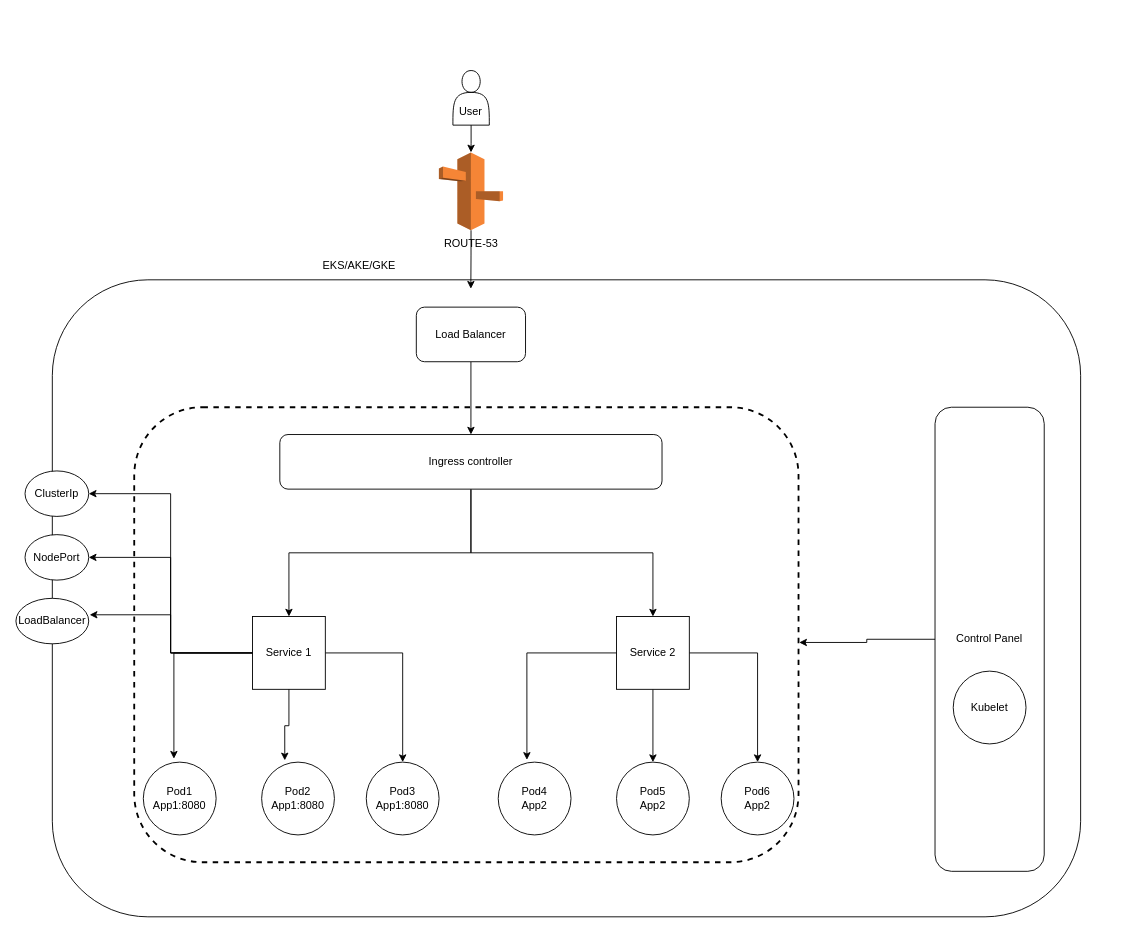
The draw.io diagram Kubernetes-Architecture.drawio in namanchopra21087/design-documents, before the edit. Source tidied: cells renumbered, new cells numbered last; positions are measured from the earlier drawing's top-left corner, leaving out a move shared by most shapes. Both pictures are drawn from the tidied source at 91%, with x=0, y=0 at pixel (15, 70).
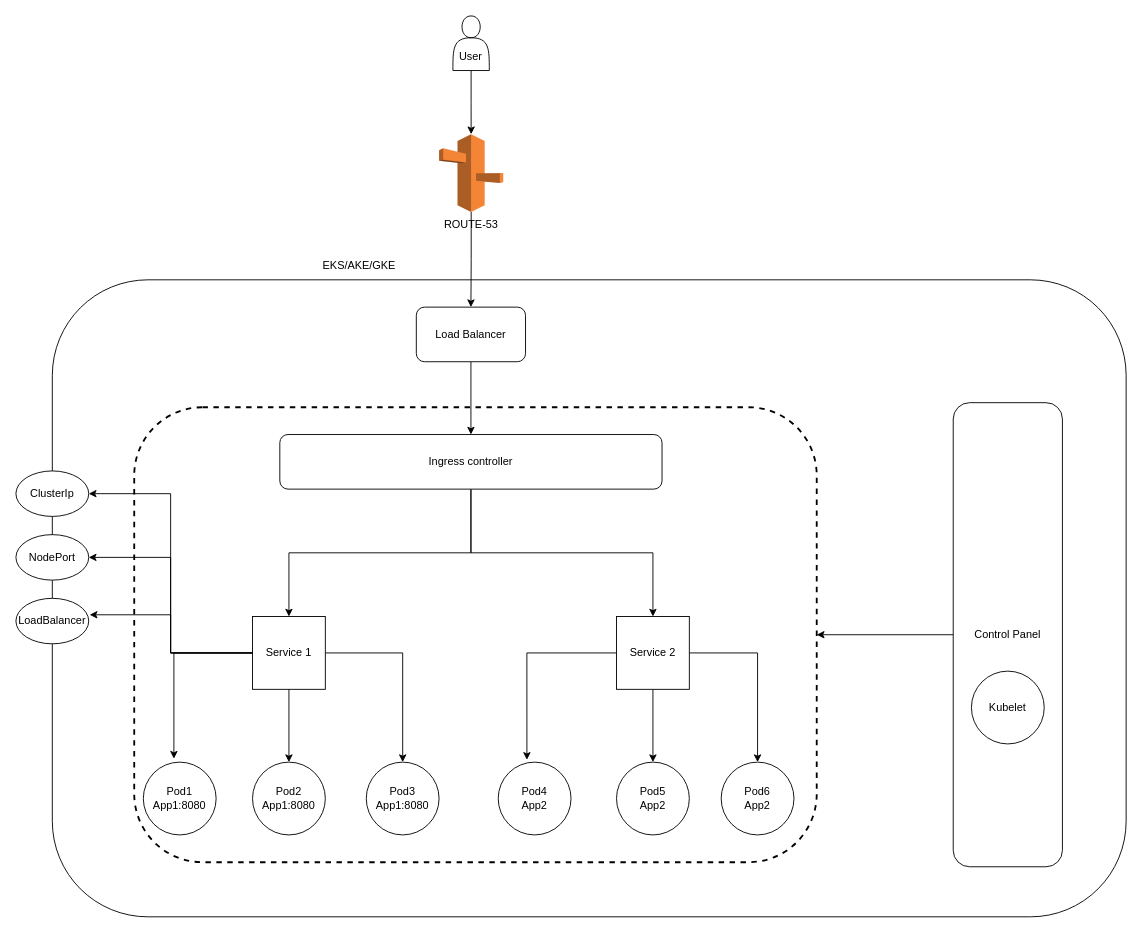
Above is the later version.

Unchanged cells that the change refers to:
```xml
<mxCell id="14" value="Service 1" style="whiteSpace=wrap;html=1;" parent="1" vertex="1">
  <mxGeometry x="260" y="600" width="80" height="80" as="geometry" />
</mxCell>
<mxCell id="29" value="Load Balancer" style="whiteSpace=wrap;html=1;rounded=1;" parent="1" vertex="1">
  <mxGeometry x="440" y="260" width="120" height="60" as="geometry" />
</mxCell>
```

Change to the diagram source:
```diff
@@
     <mxCell id="2" style="rounded=1;whiteSpace=wrap;html=1;" parent="1" vertex="1">
-      <mxGeometry x="40" y="230" width="1130" height="700" as="geometry" />
+      <mxGeometry x="40" y="230" width="1180" height="700" as="geometry" />
     </mxCell>
     <mxCell id="3" style="rounded=1;whiteSpace=wrap;html=1;dashed=1;strokeWidth=2;" parent="1" vertex="1">
-      <mxGeometry x="130" y="370" width="730" height="500" as="geometry" />
+      <mxGeometry x="130" y="370" width="750" height="500" as="geometry" />
     </mxCell>
@@
     <mxCell id="5" value="Pod2&lt;br&gt;App1:8080" style="ellipse;whiteSpace=wrap;html=1;" parent="1" vertex="1">
-      <mxGeometry x="270" y="760" width="80" height="80" as="geometry" />
+      <mxGeometry x="260" y="760" width="80" height="80" as="geometry" />
     </mxCell>
@@
     <mxCell id="10" value="&lt;br&gt;&lt;br&gt;User" style="shape=actor;whiteSpace=wrap;html=1;" parent="1" vertex="1">
-      <mxGeometry x="480.2" width="40" height="60" as="geometry" />
+      <mxGeometry x="480.2" y="-60" width="40" height="60" as="geometry" />
     </mxCell>
@@
-    <mxCell id="16" style="edgeStyle=orthogonalEdgeStyle;rounded=0;jettySize=auto;html=1;entryX=0.318;entryY=-0.024;entryDx=0;entryDy=0;entryPerimeter=0;" parent="1" edge="1" source="14" target="5">
+    <mxCell id="16" style="edgeStyle=orthogonalEdgeStyle;rounded=0;jettySize=auto;html=1;entryX=0.5;entryY=0;entryDx=0;entryDy=0;" parent="1" edge="1" source="14" target="5">
       <mxGeometry relative="1" as="geometry" />
     </mxCell>
@@
     <mxCell id="21" value="ClusterIp" style="ellipse;whiteSpace=wrap;html=1;" parent="1" vertex="1">
-      <mxGeometry x="10" y="440" width="70" height="50" as="geometry" />
+      <mxGeometry y="440" width="80" height="50" as="geometry" />
     </mxCell>
     <mxCell id="22" value="NodePort" style="ellipse;whiteSpace=wrap;html=1;" parent="1" vertex="1">
-      <mxGeometry x="10" y="510" width="70" height="50" as="geometry" />
+      <mxGeometry y="510" width="80" height="50" as="geometry" />
     </mxCell>
@@
+    <mxCell id="31" style="edgeStyle=orthogonalEdgeStyle;rounded=0;jettySize=auto;html=1;entryX=1;entryY=0.5;entryDx=0;entryDy=0;" parent="1" edge="1" source="30" target="3">
+      <mxGeometry relative="1" as="geometry" />
+    </mxCell>
     <mxCell id="30" value="Control Panel" style="rounded=1;whiteSpace=wrap;html=1;" parent="1" vertex="1">
-      <mxGeometry x="1010" y="370" width="120" height="510" as="geometry" />
+      <mxGeometry x="1030" y="365" width="120" height="510" as="geometry" />
     </mxCell>
-    <mxCell id="31" style="edgeStyle=orthogonalEdgeStyle;rounded=0;jettySize=auto;html=1;entryX=1.001;entryY=0.517;entryDx=0;entryDy=0;entryPerimeter=0;" parent="1" edge="1" source="30" target="3">
-      <mxGeometry relative="1" as="geometry" />
-    </mxCell>
@@
     <mxCell id="33" value="Kubelet&lt;br&gt;" style="ellipse;whiteSpace=wrap;html=1;" parent="1" vertex="1">
-      <mxGeometry x="1030" y="660" width="80" height="80" as="geometry" />
+      <mxGeometry x="1050" y="660" width="80" height="80" as="geometry" />
     </mxCell>
-    <mxCell id="34" style="edgeStyle=orthogonalEdgeStyle;rounded=0;jettySize=auto;html=1;entryX=0.407;entryY=0.014;entryDx=0;entryDy=0;entryPerimeter=0;" parent="1" edge="1" source="35" target="2">
-      <mxGeometry relative="1" as="geometry" />
-    </mxCell>
+    <mxCell id="37" style="edgeStyle=orthogonalEdgeStyle;rounded=0;jettySize=auto;html=1;" parent="1" edge="1" source="35" target="29">
+      <mxGeometry relative="1" as="geometry" />
+    </mxCell>
     <mxCell id="35" value="ROUTE-53" style="outlineConnect=0;dashed=0;verticalLabelPosition=bottom;verticalAlign=top;align=center;html=1;shape=mxgraph.aws3.route_53;fillColor=#F58536;gradientColor=none;" parent="1" vertex="1">
-      <mxGeometry x="464.8" y="90" width="70.5" height="85.5" as="geometry" />
+      <mxGeometry x="465" y="70" width="70.5" height="85.5" as="geometry" />
     </mxCell>
```
